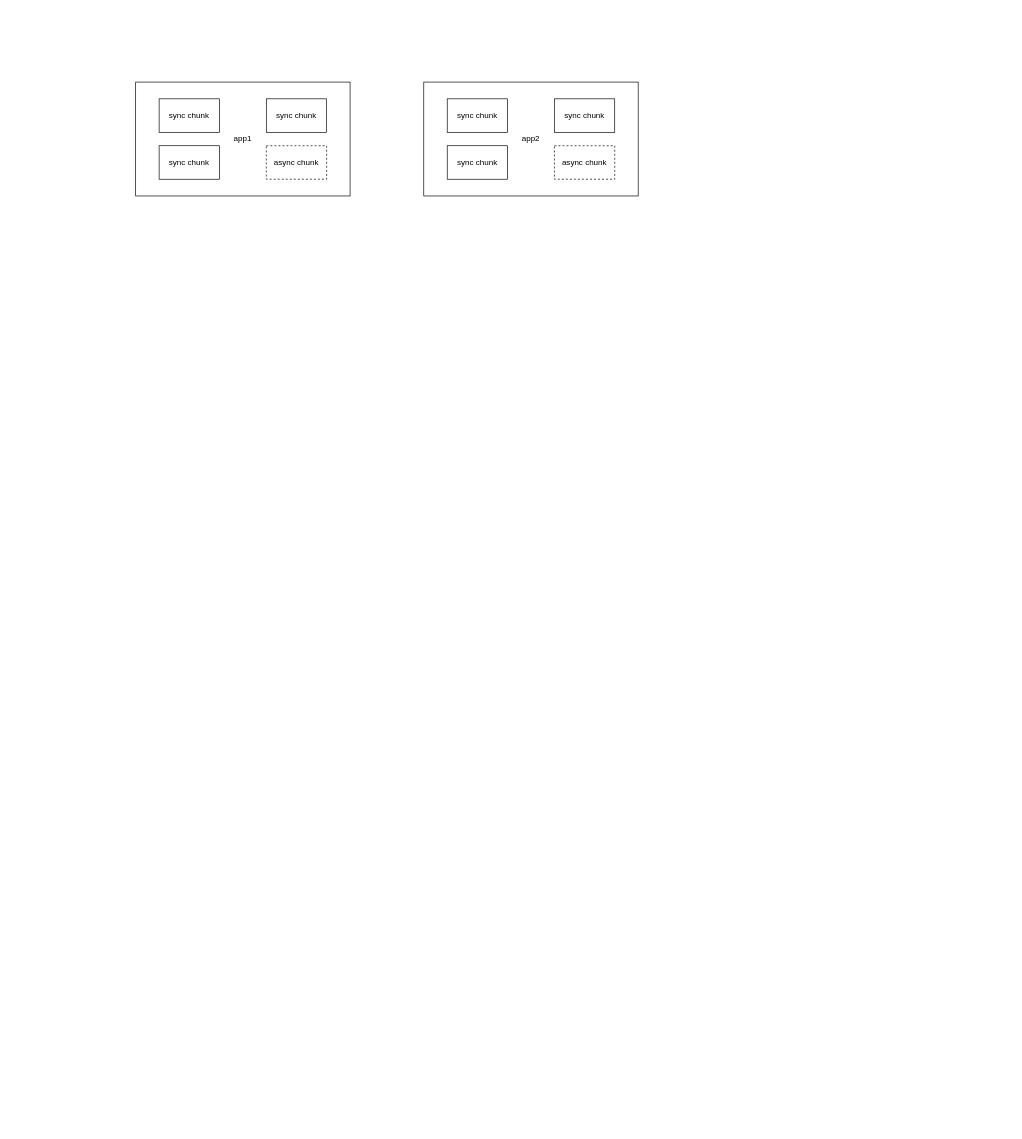
Above: Untitled Diagram.drawio in SagaciousLittle/draw.io (draw.io), before the change. Source tidied: cells renumbered, new cells numbered last; positions are measured from the earlier drawing's top-left corner, leaving out a move shared by most shapes. Both pictures are drawn from the tidied source at 67%, with x=0, y=0 at pixel (135, 82).
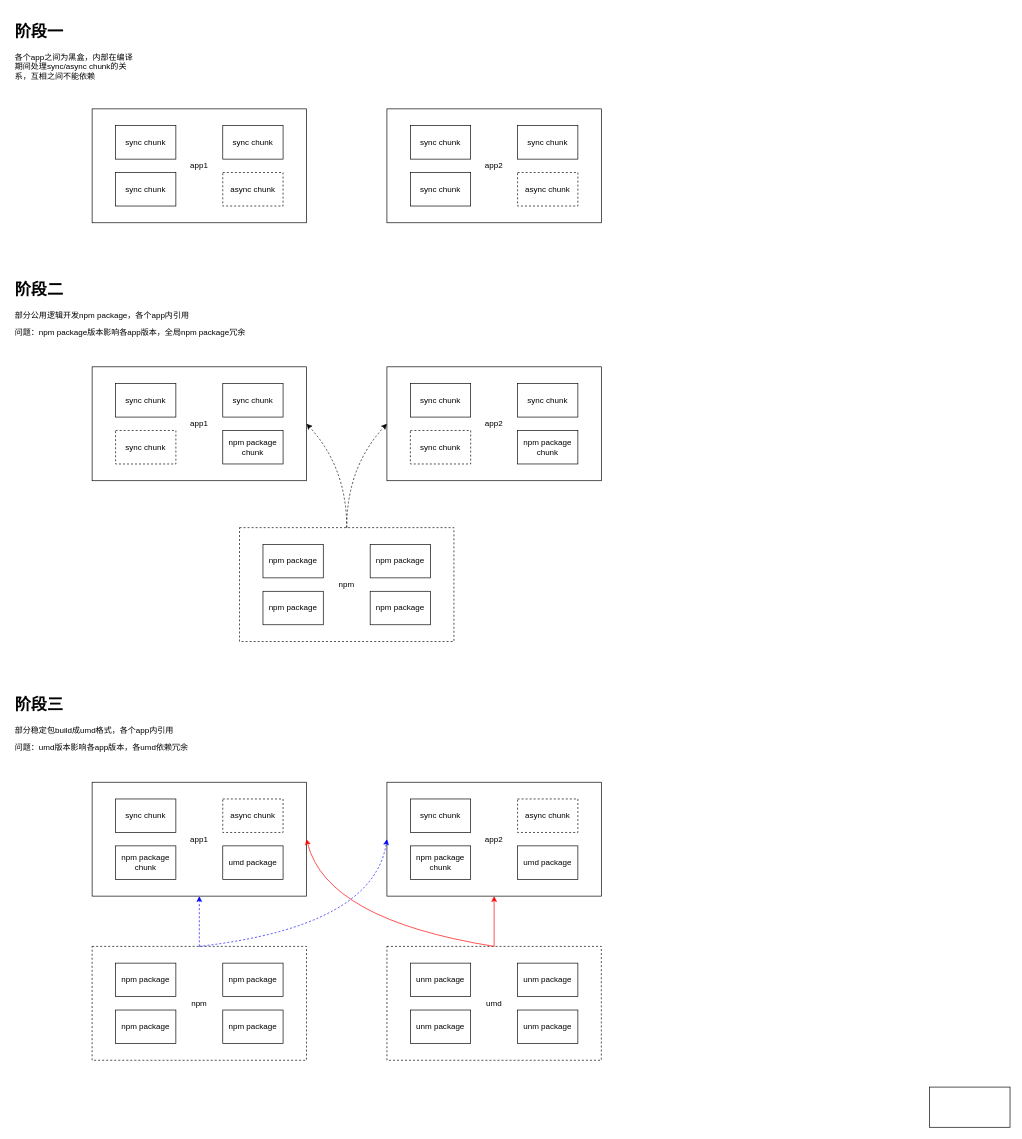
Above is the later version.

What changed in the source:
```diff
@@
     <mxCell id="2" style="rounded=0;whiteSpace=wrap;html=1;" parent="1" vertex="1">
-      <mxGeometry width="320" height="170" as="geometry" />
+      <mxGeometry x="-65" y="40" width="320" height="170" as="geometry" />
     </mxCell>
     <mxCell id="3" value="&lt;span&gt;sync chunk&lt;/span&gt;" style="rounded=0;whiteSpace=wrap;html=1;" parent="1" vertex="1">
-      <mxGeometry x="35" y="25" width="90" height="50" as="geometry" />
+      <mxGeometry x="-30" y="65" width="90" height="50" as="geometry" />
     </mxCell>
     <mxCell id="4" value="sync chunk" style="rounded=0;whiteSpace=wrap;html=1;" parent="1" vertex="1">
-      <mxGeometry x="195" y="25" width="90" height="50" as="geometry" />
+      <mxGeometry x="130" y="65" width="90" height="50" as="geometry" />
     </mxCell>
     <mxCell id="5" value="&lt;span&gt;sync chunk&lt;/span&gt;" style="rounded=0;whiteSpace=wrap;html=1;" parent="1" vertex="1">
-      <mxGeometry x="35" y="95" width="90" height="50" as="geometry" />
+      <mxGeometry x="-30" y="135" width="90" height="50" as="geometry" />
     </mxCell>
     <mxCell id="6" value="async chunk" style="rounded=0;whiteSpace=wrap;html=1;dashed=1;" parent="1" vertex="1">
-      <mxGeometry x="195" y="95" width="90" height="50" as="geometry" />
+      <mxGeometry x="130" y="135" width="90" height="50" as="geometry" />
     </mxCell>
     <mxCell id="7" value="app1" style="text;html=1;strokeColor=none;fillColor=none;align=center;verticalAlign=middle;whiteSpace=wrap;rounded=0;dashed=1;" parent="1" vertex="1">
-      <mxGeometry x="140" y="75" width="40" height="20" as="geometry" />
+      <mxGeometry x="75" y="115" width="40" height="20" as="geometry" />
     </mxCell>
     <mxCell id="8" style="rounded=0;whiteSpace=wrap;html=1;" parent="1" vertex="1">
-      <mxGeometry x="430" width="320" height="170" as="geometry" />
+      <mxGeometry x="375" y="40" width="320" height="170" as="geometry" />
     </mxCell>
     <mxCell id="9" value="&lt;span&gt;sync chunk&lt;/span&gt;" style="rounded=0;whiteSpace=wrap;html=1;" parent="1" vertex="1">
-      <mxGeometry x="465" y="25" width="90" height="50" as="geometry" />
+      <mxGeometry x="410" y="65" width="90" height="50" as="geometry" />
     </mxCell>
     <mxCell id="10" value="sync chunk" style="rounded=0;whiteSpace=wrap;html=1;" parent="1" vertex="1">
-      <mxGeometry x="625" y="25" width="90" height="50" as="geometry" />
+      <mxGeometry x="570" y="65" width="90" height="50" as="geometry" />
     </mxCell>
     <mxCell id="11" value="&lt;span&gt;sync chunk&lt;/span&gt;" style="rounded=0;whiteSpace=wrap;html=1;" parent="1" vertex="1">
-      <mxGeometry x="465" y="95" width="90" height="50" as="geometry" />
+      <mxGeometry x="410" y="135" width="90" height="50" as="geometry" />
     </mxCell>
     <mxCell id="12" value="async chunk" style="rounded=0;whiteSpace=wrap;html=1;dashed=1;" parent="1" vertex="1">
-      <mxGeometry x="625" y="95" width="90" height="50" as="geometry" />
+      <mxGeometry x="570" y="135" width="90" height="50" as="geometry" />
     </mxCell>
     <mxCell id="13" value="app2" style="text;html=1;strokeColor=none;fillColor=none;align=center;verticalAlign=middle;whiteSpace=wrap;rounded=0;dashed=1;" parent="1" vertex="1">
-      <mxGeometry x="570" y="75" width="40" height="20" as="geometry" />
+      <mxGeometry x="515" y="115" width="40" height="20" as="geometry" />
     </mxCell>
+    <mxCell id="14" value="&lt;h1&gt;阶段一&lt;/h1&gt;&lt;p&gt;各个app之间为黑盒，内部在编译期间处理sync/async chunk的关系，互相之间不能依赖&lt;/p&gt;" style="text;html=1;strokeColor=none;fillColor=none;spacing=5;spacingTop=-20;whiteSpace=wrap;overflow=hidden;rounded=0;" parent="1" vertex="1">
+      <mxGeometry x="-185" y="-95" width="190" height="120" as="geometry" />
+    </mxCell>
+    <mxCell id="15" style="rounded=0;whiteSpace=wrap;html=1;" parent="1" vertex="1">
+      <mxGeometry x="-65" y="425" width="320" height="170" as="geometry" />
+    </mxCell>
+    <mxCell id="16" value="&lt;span&gt;sync chunk&lt;/span&gt;" style="rounded=0;whiteSpace=wrap;html=1;" parent="1" vertex="1">
+      <mxGeometry x="-30" y="450" width="90" height="50" as="geometry" />
+    </mxCell>
+    <mxCell id="17" value="sync chunk" style="rounded=0;whiteSpace=wrap;html=1;" parent="1" vertex="1">
+      <mxGeometry x="130" y="450" width="90" height="50" as="geometry" />
+    </mxCell>
+    <mxCell id="18" value="&lt;span&gt;sync chunk&lt;/span&gt;" style="rounded=0;whiteSpace=wrap;html=1;dashed=1;" parent="1" vertex="1">
+      <mxGeometry x="-30" y="520" width="90" height="50" as="geometry" />
+    </mxCell>
+    <mxCell id="19" value="npm package chunk" style="rounded=0;whiteSpace=wrap;html=1;" parent="1" vertex="1">
+      <mxGeometry x="130" y="520" width="90" height="50" as="geometry" />
+    </mxCell>
+    <mxCell id="20" value="app1" style="text;html=1;strokeColor=none;fillColor=none;align=center;verticalAlign=middle;whiteSpace=wrap;rounded=0;dashed=1;" parent="1" vertex="1">
+      <mxGeometry x="75" y="500" width="40" height="20" as="geometry" />
+    </mxCell>
+    <mxCell id="21" style="rounded=0;whiteSpace=wrap;html=1;" parent="1" vertex="1">
+      <mxGeometry x="375" y="425" width="320" height="170" as="geometry" />
+    </mxCell>
+    <mxCell id="22" value="&lt;span&gt;sync chunk&lt;/span&gt;" style="rounded=0;whiteSpace=wrap;html=1;" parent="1" vertex="1">
+      <mxGeometry x="410" y="450" width="90" height="50" as="geometry" />
+    </mxCell>
+    <mxCell id="23" value="sync chunk" style="rounded=0;whiteSpace=wrap;html=1;" parent="1" vertex="1">
+      <mxGeometry x="570" y="450" width="90" height="50" as="geometry" />
+    </mxCell>
+    <mxCell id="24" value="sync chunk&lt;span&gt;&lt;br&gt;&lt;/span&gt;" style="rounded=0;whiteSpace=wrap;html=1;dashed=1;" parent="1" vertex="1">
+      <mxGeometry x="410" y="520" width="90" height="50" as="geometry" />
+    </mxCell>
+    <mxCell id="25" value="npm package chunk" style="rounded=0;whiteSpace=wrap;html=1;" parent="1" vertex="1">
+      <mxGeometry x="570" y="520" width="90" height="50" as="geometry" />
+    </mxCell>
+    <mxCell id="26" value="app2" style="text;html=1;strokeColor=none;fillColor=none;align=center;verticalAlign=middle;whiteSpace=wrap;rounded=0;dashed=1;" parent="1" vertex="1">
+      <mxGeometry x="515" y="500" width="40" height="20" as="geometry" />
+    </mxCell>
+    <mxCell id="27" value="&lt;h1&gt;阶段二&lt;/h1&gt;&lt;p&gt;部分公用逻辑开发npm package，各个app内引用&lt;/p&gt;&lt;p&gt;问题：npm package版本影响各app版本，全局npm package冗余&lt;/p&gt;" style="text;html=1;strokeColor=none;fillColor=none;spacing=5;spacingTop=-20;whiteSpace=wrap;overflow=hidden;rounded=0;" parent="1" vertex="1">
+      <mxGeometry x="-185" y="290" width="370" height="120" as="geometry" />
+    </mxCell>
+    <mxCell id="28" style="rounded=0;whiteSpace=wrap;html=1;dashed=1;" parent="1" vertex="1">
+      <mxGeometry x="155" y="665" width="320" height="170" as="geometry" />
+    </mxCell>
+    <mxCell id="29" value="npm package" style="rounded=0;whiteSpace=wrap;html=1;" parent="1" vertex="1">
+      <mxGeometry x="190" y="690" width="90" height="50" as="geometry" />
+    </mxCell>
+    <mxCell id="30" value="npm package" style="rounded=0;whiteSpace=wrap;html=1;" parent="1" vertex="1">
+      <mxGeometry x="350" y="690" width="90" height="50" as="geometry" />
+    </mxCell>
+    <mxCell id="31" value="npm package" style="rounded=0;whiteSpace=wrap;html=1;" parent="1" vertex="1">
+      <mxGeometry x="190" y="760" width="90" height="50" as="geometry" />
+    </mxCell>
+    <mxCell id="32" value="npm package" style="rounded=0;whiteSpace=wrap;html=1;" parent="1" vertex="1">
+      <mxGeometry x="350" y="760" width="90" height="50" as="geometry" />
+    </mxCell>
+    <mxCell id="33" value="npm" style="text;html=1;strokeColor=none;fillColor=none;align=center;verticalAlign=middle;whiteSpace=wrap;rounded=0;dashed=1;" parent="1" vertex="1">
+      <mxGeometry x="295" y="740" width="40" height="20" as="geometry" />
+    </mxCell>
+    <mxCell id="34" style="curved=1;endArrow=classic;html=1;entryX=1;entryY=0.5;entryDx=0;entryDy=0;exitX=0.5;exitY=0;exitDx=0;exitDy=0;dashed=1;" parent="1" edge="1" source="28" target="15">
+      <mxGeometry relative="1" as="geometry">
+        <Array as="points">
+          <mxPoint x="315" y="575" />
+        </Array>
+      </mxGeometry>
+    </mxCell>
+    <mxCell id="35" style="curved=1;endArrow=classic;html=1;entryX=0;entryY=0.5;entryDx=0;entryDy=0;exitX=0.5;exitY=0;exitDx=0;exitDy=0;dashed=1;" parent="1" edge="1" target="21">
+      <mxGeometry relative="1" as="geometry">
+        <mxPoint x="315" y="665" as="sourcePoint" />
+        <Array as="points">
+          <mxPoint x="315" y="575" />
+        </Array>
+      </mxGeometry>
+    </mxCell>
+    <mxCell id="36" style="rounded=0;whiteSpace=wrap;html=1;" parent="1" vertex="1">
+      <mxGeometry x="-65" y="1045" width="320" height="170" as="geometry" />
+    </mxCell>
+    <mxCell id="37" value="&lt;span&gt;sync chunk&lt;/span&gt;" style="rounded=0;whiteSpace=wrap;html=1;" parent="1" vertex="1">
+      <mxGeometry x="-30" y="1070" width="90" height="50" as="geometry" />
+    </mxCell>
+    <mxCell id="38" value="async chunk" style="rounded=0;whiteSpace=wrap;html=1;dashed=1;" parent="1" vertex="1">
+      <mxGeometry x="130" y="1070" width="90" height="50" as="geometry" />
+    </mxCell>
+    <mxCell id="39" value="npm package chunk" style="rounded=0;whiteSpace=wrap;html=1;" parent="1" vertex="1">
+      <mxGeometry x="-30" y="1140" width="90" height="50" as="geometry" />
+    </mxCell>
+    <mxCell id="40" value="umd package" style="rounded=0;whiteSpace=wrap;html=1;" parent="1" vertex="1">
+      <mxGeometry x="130" y="1140" width="90" height="50" as="geometry" />
+    </mxCell>
+    <mxCell id="41" value="app1" style="text;html=1;strokeColor=none;fillColor=none;align=center;verticalAlign=middle;whiteSpace=wrap;rounded=0;dashed=1;" parent="1" vertex="1">
+      <mxGeometry x="75" y="1120" width="40" height="20" as="geometry" />
+    </mxCell>
+    <mxCell id="42" style="rounded=0;whiteSpace=wrap;html=1;" parent="1" vertex="1">
+      <mxGeometry x="375" y="1045" width="320" height="170" as="geometry" />
+    </mxCell>
+    <mxCell id="43" value="&lt;span&gt;sync chunk&lt;/span&gt;" style="rounded=0;whiteSpace=wrap;html=1;" parent="1" vertex="1">
+      <mxGeometry x="410" y="1070" width="90" height="50" as="geometry" />
+    </mxCell>
+    <mxCell id="44" value="async chunk" style="rounded=0;whiteSpace=wrap;html=1;dashed=1;" parent="1" vertex="1">
+      <mxGeometry x="570" y="1070" width="90" height="50" as="geometry" />
+    </mxCell>
+    <mxCell id="45" value="npm package chunk" style="rounded=0;whiteSpace=wrap;html=1;" parent="1" vertex="1">
+      <mxGeometry x="410" y="1140" width="90" height="50" as="geometry" />
+    </mxCell>
+    <mxCell id="46" value="umd package" style="rounded=0;whiteSpace=wrap;html=1;" parent="1" vertex="1">
+      <mxGeometry x="570" y="1140" width="90" height="50" as="geometry" />
+    </mxCell>
+    <mxCell id="47" value="app2" style="text;html=1;strokeColor=none;fillColor=none;align=center;verticalAlign=middle;whiteSpace=wrap;rounded=0;dashed=1;" parent="1" vertex="1">
+      <mxGeometry x="515" y="1120" width="40" height="20" as="geometry" />
+    </mxCell>
+    <mxCell id="48" value="&lt;h1&gt;阶段三&lt;/h1&gt;&lt;p&gt;部分稳定包build成umd格式，各个app内引用&lt;/p&gt;&lt;p&gt;问题：umd版本影响各app版本，各umd依赖冗余&lt;/p&gt;" style="text;html=1;strokeColor=none;fillColor=none;spacing=5;spacingTop=-20;whiteSpace=wrap;overflow=hidden;rounded=0;" parent="1" vertex="1">
+      <mxGeometry x="-185" y="910" width="330" height="120" as="geometry" />
+    </mxCell>
+    <mxCell id="49" style="rounded=0;whiteSpace=wrap;html=1;dashed=1;" parent="1" vertex="1">
+      <mxGeometry x="375" y="1290" width="320" height="170" as="geometry" />
+    </mxCell>
+    <mxCell id="50" value="unm package" style="rounded=0;whiteSpace=wrap;html=1;" parent="1" vertex="1">
+      <mxGeometry x="410" y="1315" width="90" height="50" as="geometry" />
+    </mxCell>
+    <mxCell id="51" value="unm package" style="rounded=0;whiteSpace=wrap;html=1;" parent="1" vertex="1">
+      <mxGeometry x="570" y="1315" width="90" height="50" as="geometry" />
+    </mxCell>
+    <mxCell id="52" value="unm package" style="rounded=0;whiteSpace=wrap;html=1;" parent="1" vertex="1">
+      <mxGeometry x="410" y="1385" width="90" height="50" as="geometry" />
+    </mxCell>
+    <mxCell id="53" value="unm package" style="rounded=0;whiteSpace=wrap;html=1;" parent="1" vertex="1">
+      <mxGeometry x="570" y="1385" width="90" height="50" as="geometry" />
+    </mxCell>
+    <mxCell id="54" value="umd" style="text;html=1;strokeColor=none;fillColor=none;align=center;verticalAlign=middle;whiteSpace=wrap;rounded=0;dashed=1;" parent="1" vertex="1">
+      <mxGeometry x="515" y="1365" width="40" height="20" as="geometry" />
+    </mxCell>
+    <mxCell id="55" style="rounded=0;whiteSpace=wrap;html=1;dashed=1;" parent="1" vertex="1">
+      <mxGeometry x="-65" y="1290" width="320" height="170" as="geometry" />
+    </mxCell>
+    <mxCell id="56" value="npm package" style="rounded=0;whiteSpace=wrap;html=1;" parent="1" vertex="1">
+      <mxGeometry x="-30" y="1315" width="90" height="50" as="geometry" />
+    </mxCell>
+    <mxCell id="57" value="npm package" style="rounded=0;whiteSpace=wrap;html=1;" parent="1" vertex="1">
+      <mxGeometry x="130" y="1315" width="90" height="50" as="geometry" />
+    </mxCell>
+    <mxCell id="58" value="npm package" style="rounded=0;whiteSpace=wrap;html=1;" parent="1" vertex="1">
+      <mxGeometry x="-30" y="1385" width="90" height="50" as="geometry" />
+    </mxCell>
+    <mxCell id="59" value="npm package" style="rounded=0;whiteSpace=wrap;html=1;" parent="1" vertex="1">
+      <mxGeometry x="130" y="1385" width="90" height="50" as="geometry" />
+    </mxCell>
+    <mxCell id="60" value="npm" style="text;html=1;strokeColor=none;fillColor=none;align=center;verticalAlign=middle;whiteSpace=wrap;rounded=0;dashed=1;" parent="1" vertex="1">
+      <mxGeometry x="75" y="1365" width="40" height="20" as="geometry" />
+    </mxCell>
+    <mxCell id="61" style="curved=1;endArrow=classic;html=1;dashed=1;strokeColor=#0000FF;entryX=0;entryY=0.5;entryDx=0;entryDy=0;exitX=0.5;exitY=0;exitDx=0;exitDy=0;" parent="1" edge="1" source="55" target="42">
+      <mxGeometry relative="1" as="geometry">
+        <Array as="points">
+          <mxPoint x="355" y="1260" />
+        </Array>
+      </mxGeometry>
+    </mxCell>
+    <mxCell id="62" style="endArrow=classic;html=1;dashed=1;strokeColor=#0000FF;entryX=0.5;entryY=1;entryDx=0;entryDy=0;" parent="1" edge="1" target="36">
+      <mxGeometry relative="1" as="geometry">
+        <mxPoint x="95" y="1290" as="sourcePoint" />
+      </mxGeometry>
+    </mxCell>
+    <mxCell id="63" style="endArrow=classic;html=1;entryX=0.5;entryY=1;entryDx=0;entryDy=0;exitX=0.5;exitY=0;exitDx=0;exitDy=0;strokeColor=#FF0000;" parent="1" edge="1" source="49" target="42">
+      <mxGeometry relative="1" as="geometry" />
+    </mxCell>
+    <mxCell id="64" style="curved=1;endArrow=classic;html=1;strokeColor=#FF0000;entryX=1;entryY=0.5;entryDx=0;entryDy=0;exitX=0.5;exitY=0;exitDx=0;exitDy=0;" parent="1" edge="1" source="49" target="36">
+      <mxGeometry relative="1" as="geometry">
+        <Array as="points">
+          <mxPoint x="285" y="1250" />
+        </Array>
+      </mxGeometry>
+    </mxCell>
+    <mxCell id="65" style="rounded=0;whiteSpace=wrap;html=1;" parent="1" vertex="1">
+      <mxGeometry x="1185" y="1500" width="120" height="60" as="geometry" />
+    </mxCell>
```
